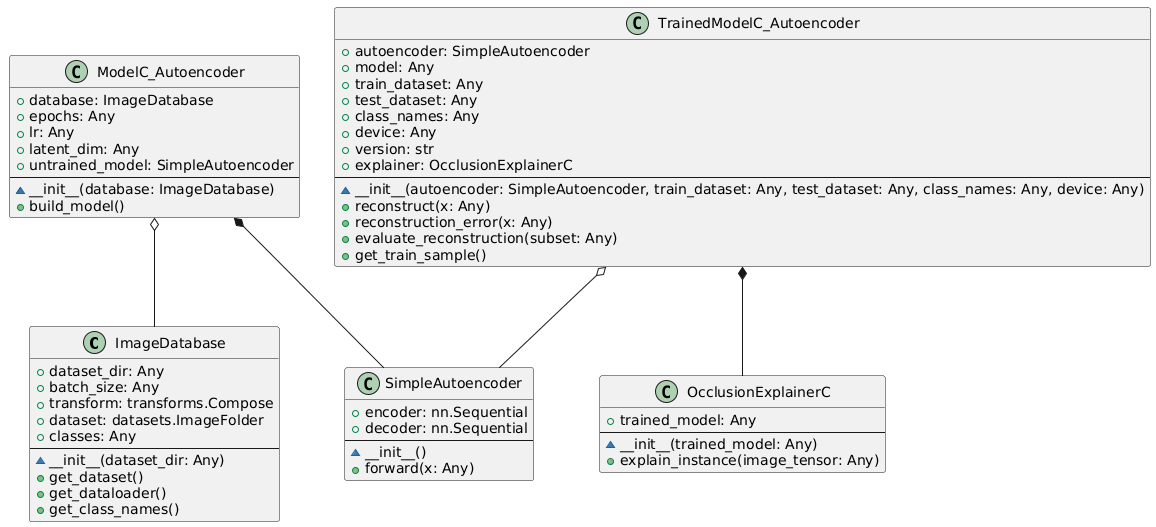
Earlier version of the PlantUML export Other examples/Autoencoder + Occlusion/image_occlusion_UMLOOModeler_diagram.png (miklotovx/UMLOOModeler).
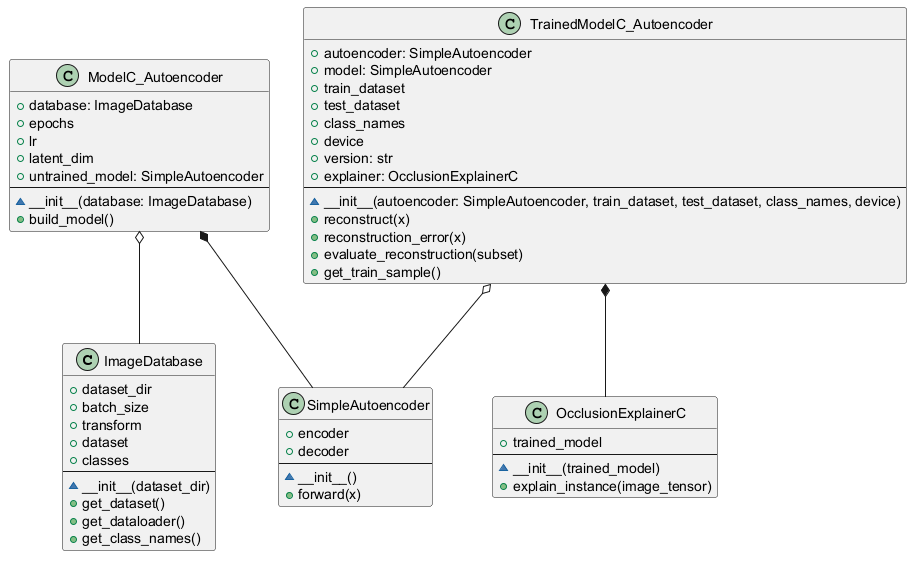
Above is the later version.

What changed in the source:
```diff
@@ -1,13 +1,13 @@
 @startuml
 
 class "ImageDatabase" {
-  + dataset_dir: Any
-  + batch_size: Any
-  + transform: transforms.Compose
-  + dataset: datasets.ImageFolder
-  + classes: Any
+  + dataset_dir
+  + batch_size
+  + transform
+  + dataset
+  + classes
   --
-  ~ __init__(dataset_dir: Any)
+  ~ __init__(dataset_dir)
   + get_dataset()
   + get_dataloader()
   + get_class_names()
@@ -15,9 +15,9 @@
 
 class "ModelC_Autoencoder" {
   + database: ImageDatabase
-  + epochs: Any
-  + lr: Any
-  + latent_dim: Any
+  + epochs
+  + lr
+  + latent_dim
   + untrained_model: SimpleAutoencoder
   --
   ~ __init__(database: ImageDatabase)
@@ -25,35 +25,35 @@
 }
 
 class "SimpleAutoencoder" {
-  + encoder: nn.Sequential
-  + decoder: nn.Sequential
+  + encoder
+  + decoder
   --
   ~ __init__()
-  + forward(x: Any)
+  + forward(x)
 }
 
 class "TrainedModelC_Autoencoder" {
   + autoencoder: SimpleAutoencoder
-  + model: Any
-  + train_dataset: Any
-  + test_dataset: Any
-  + class_names: Any
-  + device: Any
+  + model: SimpleAutoencoder
+  + train_dataset
+  + test_dataset
+  + class_names
+  + device
   + version: str
   + explainer: OcclusionExplainerC
   --
-  ~ __init__(autoencoder: SimpleAutoencoder, train_dataset: Any, test_dataset: Any, class_names: Any, device: Any)
-  + reconstruct(x: Any)
-  + reconstruction_error(x: Any)
-  + evaluate_reconstruction(subset: Any)
+  ~ __init__(autoencoder: SimpleAutoencoder, train_dataset, test_dataset, class_names, device)
+  + reconstruct(x)
+  + reconstruction_error(x)
+  + evaluate_reconstruction(subset)
   + get_train_sample()
 }
 
 class "OcclusionExplainerC" {
-  + trained_model: Any
+  + trained_model
   --
-  ~ __init__(trained_model: Any)
-  + explain_instance(image_tensor: Any)
+  ~ __init__(trained_model)
+  + explain_instance(image_tensor)
 }
 
 ModelC_Autoencoder *-- SimpleAutoencoder
```
